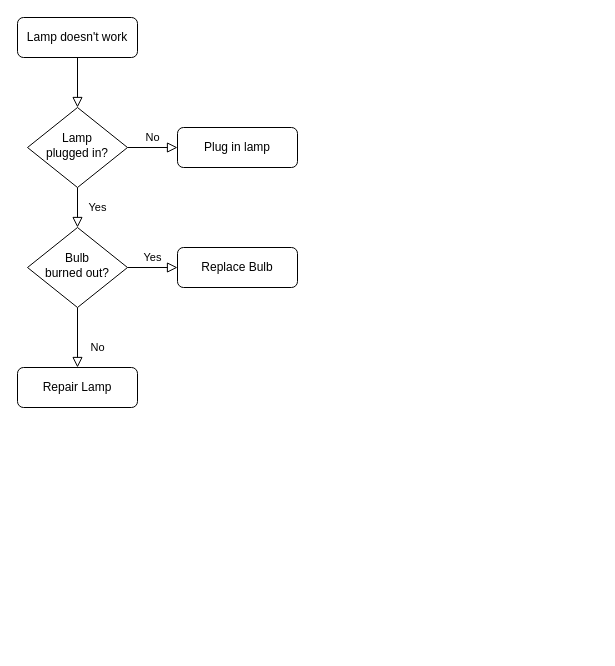
Earlier version of the draw.io diagram Untitled Diagram.drawio (sivaeceb102/RetailFlow). Source tidied: cells renumbered, new cells numbered last; positions are measured from the earlier drawing's top-left corner, leaving out a move shared by most shapes. Both pictures are drawn from the tidied source at 100%, with x=0, y=0 at pixel (17, 17).
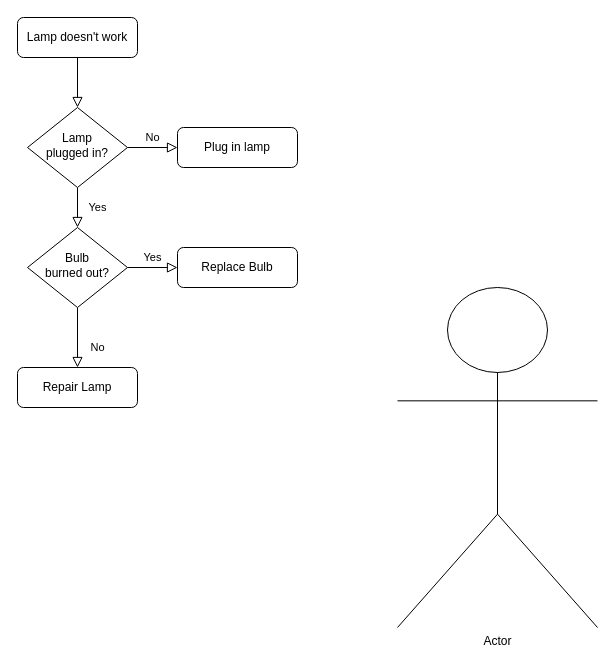
Above is the later version.

Change to the diagram source:
```diff
@@
 <mxGraphModel>
   <root>
     <mxCell id="0" />
     <mxCell id="1" parent="0" />
     <mxCell id="2" style="rounded=0;html=1;jettySize=auto;fontSize=11;endArrow=block;endFill=0;endSize=8;strokeWidth=1;shadow=0;labelBackgroundColor=none;edgeStyle=orthogonalEdgeStyle;" parent="1" edge="1" source="3" target="6">
       <mxGeometry relative="1" as="geometry" />
     </mxCell>
     <mxCell id="3" value="Lamp doesn't work" style="rounded=1;whiteSpace=wrap;html=1;fontSize=12;glass=0;strokeWidth=1;shadow=0;" parent="1" vertex="1">
       <mxGeometry width="120" height="40" as="geometry" />
     </mxCell>
     <mxCell id="4" value="Yes" style="rounded=0;html=1;jettySize=auto;fontSize=11;endArrow=block;endFill=0;endSize=8;strokeWidth=1;shadow=0;labelBackgroundColor=none;edgeStyle=orthogonalEdgeStyle;" parent="1" edge="1" source="6" target="10">
       <mxGeometry y="20" relative="1" as="geometry" />
     </mxCell>
     <mxCell id="5" value="No" style="edgeStyle=orthogonalEdgeStyle;rounded=0;html=1;jettySize=auto;fontSize=11;endArrow=block;endFill=0;endSize=8;strokeWidth=1;shadow=0;labelBackgroundColor=none;" parent="1" edge="1" source="6" target="7">
       <mxGeometry y="10" relative="1" as="geometry" />
     </mxCell>
     <mxCell id="6" value="Lamp&lt;br&gt;plugged in?" style="rhombus;whiteSpace=wrap;html=1;shadow=0;fontFamily=Helvetica;fontSize=12;align=center;strokeWidth=1;spacing=6;spacingTop=-4;" parent="1" vertex="1">
       <mxGeometry x="10" y="90" width="100" height="80" as="geometry" />
     </mxCell>
     <mxCell id="7" value="Plug in lamp" style="rounded=1;whiteSpace=wrap;html=1;fontSize=12;glass=0;strokeWidth=1;shadow=0;" parent="1" vertex="1">
       <mxGeometry x="160" y="110" width="120" height="40" as="geometry" />
     </mxCell>
     <mxCell id="8" value="No" style="rounded=0;html=1;jettySize=auto;fontSize=11;endArrow=block;endFill=0;endSize=8;strokeWidth=1;shadow=0;labelBackgroundColor=none;edgeStyle=orthogonalEdgeStyle;" parent="1" edge="1" source="10" target="11">
       <mxGeometry x="0.33" y="20" relative="1" as="geometry" />
     </mxCell>
     <mxCell id="9" value="Yes" style="edgeStyle=orthogonalEdgeStyle;rounded=0;html=1;jettySize=auto;fontSize=11;endArrow=block;endFill=0;endSize=8;strokeWidth=1;shadow=0;labelBackgroundColor=none;" parent="1" edge="1" source="10" target="12">
       <mxGeometry y="10" relative="1" as="geometry" />
     </mxCell>
     <mxCell id="10" value="Bulb&lt;br&gt;burned out?" style="rhombus;whiteSpace=wrap;html=1;shadow=0;fontFamily=Helvetica;fontSize=12;align=center;strokeWidth=1;spacing=6;spacingTop=-4;" parent="1" vertex="1">
       <mxGeometry x="10" y="210" width="100" height="80" as="geometry" />
     </mxCell>
     <mxCell id="11" value="Repair Lamp" style="rounded=1;whiteSpace=wrap;html=1;fontSize=12;glass=0;strokeWidth=1;shadow=0;" parent="1" vertex="1">
       <mxGeometry y="350" width="120" height="40" as="geometry" />
     </mxCell>
     <mxCell id="12" value="Replace Bulb" style="rounded=1;whiteSpace=wrap;html=1;fontSize=12;glass=0;strokeWidth=1;shadow=0;" parent="1" vertex="1">
       <mxGeometry x="160" y="230" width="120" height="40" as="geometry" />
     </mxCell>
+    <mxCell id="13" value="Actor" style="shape=umlActor;verticalLabelPosition=bottom;verticalAlign=top;html=1;" parent="1" vertex="1">
+      <mxGeometry x="380" y="270" width="200" height="340" as="geometry" />
+    </mxCell>
   </root>
 </mxGraphModel>
```
